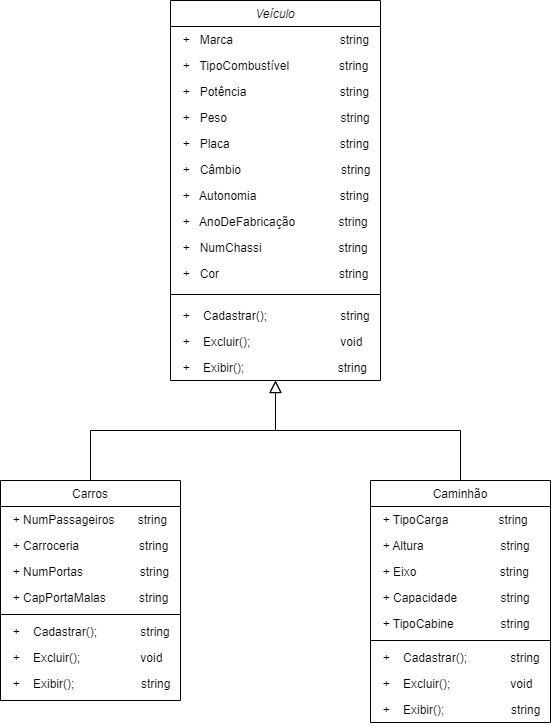
The draw.io diagram Diagrama de Classes - Herança.drawio.png in FelipeOropeza/ExercicioVeiculo, before a commit. Source tidied: cells renumbered, new cells last; positions are measured from the earlier drawing's top-left corner, leaving out a move shared by most shapes.
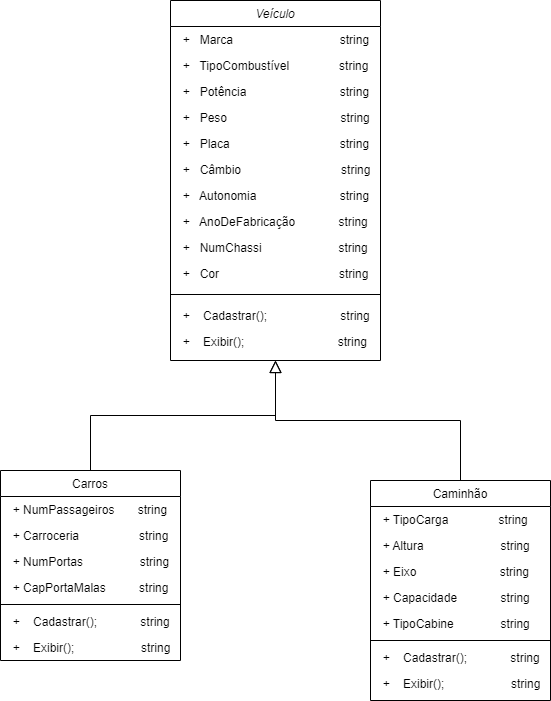
After the change.

Change to the diagram source:
```diff
@@ -3,7 +3,7 @@
     <mxCell id="0" />
     <mxCell id="1" parent="0" />
     <mxCell id="2" value="Veículo" style="swimlane;fontStyle=2;align=center;verticalAlign=top;horizontal=1;startSize=26;rounded=0;shadow=0;strokeWidth=1;" parent="1" vertex="1">
-      <mxGeometry x="170" width="210" height="380" as="geometry" />
+      <mxGeometry x="170" width="210" height="360" as="geometry" />
     </mxCell>
     <mxCell id="3" value="  +   Marca                                string" style="text;align=left;verticalAlign=top;spacingLeft=4;spacingRight=4;overflow=hidden;" parent="2" vertex="1">
       <mxGeometry y="26" width="210" height="26" as="geometry" />
@@ -41,14 +41,11 @@
     <mxCell id="14" value="  +    Cadastrar();                      string" style="text;align=left;verticalAlign=top;spacingLeft=4;spacingRight=4;overflow=hidden;rounded=0;shadow=0;html=0;" parent="2" vertex="1">
       <mxGeometry y="302" width="210" height="26" as="geometry" />
     </mxCell>
-    <mxCell id="15" value="  +    Excluir();                           void" style="text;align=left;verticalAlign=top;spacingLeft=4;spacingRight=4;overflow=hidden;rounded=0;shadow=0;html=0;" parent="2" vertex="1">
-      <mxGeometry y="328" width="210" height="26" as="geometry" />
-    </mxCell>
     <mxCell id="16" value="  +    Exibir();                            string" style="text;align=left;verticalAlign=top;spacingLeft=4;spacingRight=4;overflow=hidden;rounded=0;shadow=0;html=0;" parent="2" vertex="1">
-      <mxGeometry y="354" width="210" height="26" as="geometry" />
+      <mxGeometry y="328" width="210" height="26" as="geometry" />
     </mxCell>
     <mxCell id="17" value="Carros" style="swimlane;fontStyle=0;align=center;verticalAlign=top;horizontal=1;startSize=26;rounded=0;shadow=0;strokeWidth=1;" parent="1" vertex="1">
-      <mxGeometry y="480" width="180" height="220" as="geometry" />
+      <mxGeometry y="470" width="180" height="190" as="geometry" />
     </mxCell>
     <mxCell id="18" value="  + NumPassageiros       string" style="text;align=left;verticalAlign=top;spacingLeft=4;spacingRight=4;overflow=hidden;" parent="17" vertex="1">
       <mxGeometry y="26" width="180" height="26" as="geometry" />
@@ -68,17 +65,14 @@
     <mxCell id="23" value="  +    Cadastrar();             string" style="text;align=left;verticalAlign=top;spacingLeft=4;spacingRight=4;overflow=hidden;rounded=0;shadow=0;html=0;" parent="17" vertex="1">
       <mxGeometry y="138" width="180" height="26" as="geometry" />
     </mxCell>
-    <mxCell id="24" value="  +    Excluir();                  void" style="text;align=left;verticalAlign=top;spacingLeft=4;spacingRight=4;overflow=hidden;rounded=0;shadow=0;html=0;" parent="17" vertex="1">
-      <mxGeometry y="164" width="180" height="26" as="geometry" />
-    </mxCell>
     <mxCell id="25" value="  +    Exibir();                    string" style="text;align=left;verticalAlign=top;spacingLeft=4;spacingRight=4;overflow=hidden;rounded=0;shadow=0;html=0;" parent="17" vertex="1">
-      <mxGeometry y="190" width="180" height="26" as="geometry" />
+      <mxGeometry y="164" width="180" height="26" as="geometry" />
     </mxCell>
     <mxCell id="26" style="endArrow=block;endSize=10;endFill=0;shadow=0;strokeWidth=1;rounded=0;edgeStyle=elbowEdgeStyle;elbow=vertical;" parent="1" edge="1" source="17" target="2">
       <mxGeometry relative="1" as="geometry" />
     </mxCell>
     <mxCell id="27" value="Caminhão" style="swimlane;fontStyle=0;align=center;verticalAlign=top;horizontal=1;startSize=26;rounded=0;shadow=0;strokeWidth=1;" parent="1" vertex="1">
-      <mxGeometry x="370" y="480" width="180" height="242" as="geometry" />
+      <mxGeometry x="370" y="480" width="180" height="220" as="geometry" />
     </mxCell>
     <mxCell id="28" value="  + TipoCarga               string" style="text;align=left;verticalAlign=top;spacingLeft=4;spacingRight=4;overflow=hidden;" parent="27" vertex="1">
       <mxGeometry y="26" width="180" height="26" as="geometry" />
@@ -101,11 +95,8 @@
     <mxCell id="34" value="  +    Cadastrar();             string" style="text;align=left;verticalAlign=top;spacingLeft=4;spacingRight=4;overflow=hidden;rounded=0;shadow=0;html=0;" parent="27" vertex="1">
       <mxGeometry y="164" width="180" height="26" as="geometry" />
     </mxCell>
-    <mxCell id="35" value="  +    Excluir();                  void" style="text;align=left;verticalAlign=top;spacingLeft=4;spacingRight=4;overflow=hidden;rounded=0;shadow=0;html=0;" parent="27" vertex="1">
-      <mxGeometry y="190" width="180" height="26" as="geometry" />
-    </mxCell>
     <mxCell id="36" value="  +    Exibir();                    string" style="text;align=left;verticalAlign=top;spacingLeft=4;spacingRight=4;overflow=hidden;rounded=0;shadow=0;html=0;" parent="27" vertex="1">
-      <mxGeometry y="216" width="180" height="26" as="geometry" />
+      <mxGeometry y="190" width="180" height="26" as="geometry" />
     </mxCell>
     <mxCell id="37" style="endArrow=block;endSize=10;endFill=0;shadow=0;strokeWidth=1;rounded=0;edgeStyle=elbowEdgeStyle;elbow=vertical;" parent="1" edge="1" source="27" target="2">
       <mxGeometry relative="1" as="geometry" />
```
